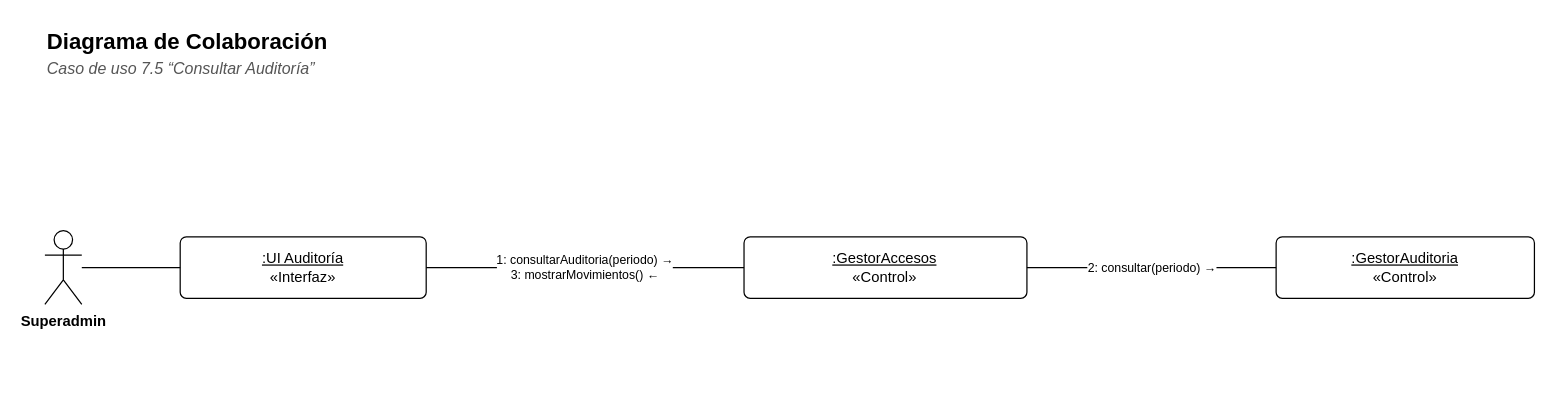
Matiglorioso/kineturnos keeps this draw.io diagram as docs/diagramas/colaboracion-7-5.drawio. Above is the earlier version. Source tidied: cells renumbered, new cells numbered last; positions are measured from the earlier drawing's top-left corner, leaving out a move shared by most shapes. Both pictures are drawn from the tidied source at 123%, with x=0, y=0 at pixel (44, 21).
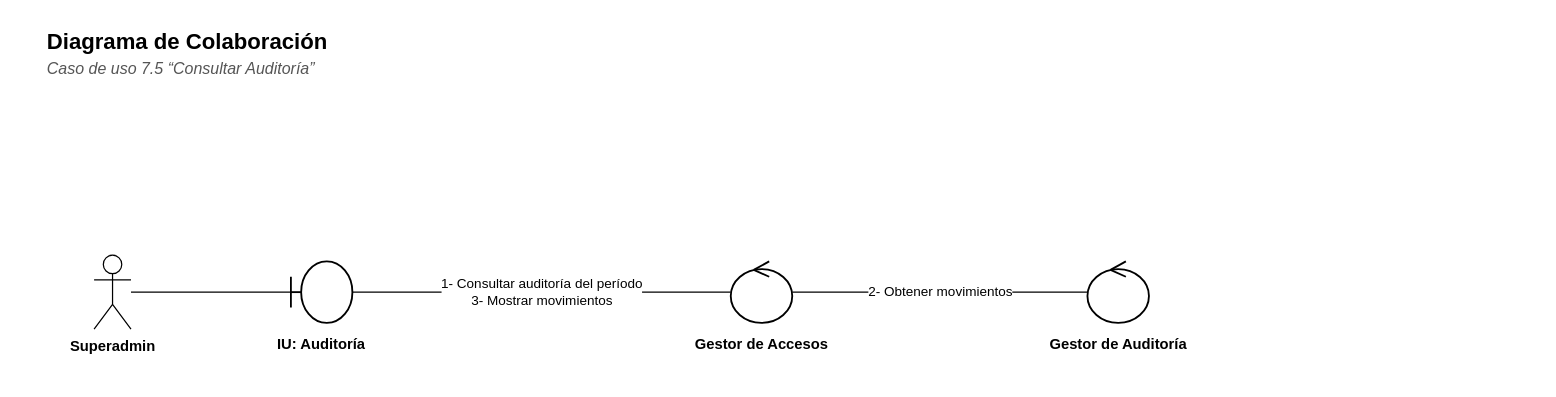
After the change.

What changed in the source:
```diff
@@
 <mxGraphModel background="#FFFFFF">
   <root>
     <mxCell id="0" />
     <mxCell id="1" parent="0" />
     <mxCell id="2" value="&lt;b&gt;Diagrama de Colaboración&lt;/b&gt;" style="text;html=1;strokeColor=none;fillColor=none;align=left;verticalAlign=top;whiteSpace=wrap;fontFamily=Helvetica;fontSize=18;" parent="1" vertex="1">
       <mxGeometry width="900" height="26" as="geometry" />
     </mxCell>
     <mxCell id="3" value="&lt;i&gt;Caso de uso 7.5 “Consultar Auditoría”&lt;/i&gt;" style="text;html=1;strokeColor=none;fillColor=none;align=left;verticalAlign=top;whiteSpace=wrap;fontFamily=Helvetica;fontSize=13;fontColor=#555555;" parent="1" vertex="1">
       <mxGeometry y="24" width="900" height="20" as="geometry" />
     </mxCell>
     <mxCell id="4" value="Superadmin" style="shape=umlActor;verticalLabelPosition=bottom;verticalAlign=top;html=1;outlineConnect=0;fillColor=#FFFFFF;strokeColor=#000000;fontFamily=Helvetica;fontSize=12;fontStyle=1;" parent="1" vertex="1">
-      <mxGeometry y="170" width="30" height="60" as="geometry" />
+      <mxGeometry x="40" y="190" width="30" height="60" as="geometry" />
     </mxCell>
-    <mxCell id="5" value="&lt;u&gt;:UI Auditoría&lt;/u&gt;&lt;br&gt;«Interfaz»" style="rounded=0;whiteSpace=wrap;html=1;fillColor=#FFFFFF;strokeColor=#000000;fontFamily=Helvetica;fontSize=12;rounded=1;arcSize=10;" parent="1" vertex="1">
-      <mxGeometry x="110" y="175" width="200" height="50" as="geometry" />
+    <mxCell id="5" style="shape=umlBoundary;html=1;fillColor=#FFFFFF;strokeColor=#000000;strokeWidth=1.5;" parent="1" vertex="1">
+      <mxGeometry x="200" y="195" width="50" height="50" as="geometry" />
     </mxCell>
-    <mxCell id="6" value="&lt;u&gt;:GestorAccesos&lt;/u&gt;&lt;br&gt;«Control»" style="rounded=0;whiteSpace=wrap;html=1;fillColor=#FFFFFF;strokeColor=#000000;fontFamily=Helvetica;fontSize=12;rounded=1;arcSize=10;" parent="1" vertex="1">
-      <mxGeometry x="568.4" y="175" width="230" height="50" as="geometry" />
+    <mxCell id="6" value="&lt;b&gt;IU: Auditoría&lt;/b&gt;" style="text;html=1;strokeColor=none;fillColor=none;align=left;verticalAlign=top;whiteSpace=wrap;fontFamily=Helvetica;align=center;fontSize=12;" parent="1" vertex="1">
+      <mxGeometry x="160" y="249" width="130" height="40" as="geometry" />
     </mxCell>
-    <mxCell id="7" value="&lt;u&gt;:GestorAuditoria&lt;/u&gt;&lt;br&gt;«Control»" style="rounded=0;whiteSpace=wrap;html=1;fillColor=#FFFFFF;strokeColor=#000000;fontFamily=Helvetica;fontSize=12;rounded=1;arcSize=10;" parent="1" vertex="1">
-      <mxGeometry x="1001" y="175" width="210" height="50" as="geometry" />
+    <mxCell id="7" style="shape=umlControl;html=1;fillColor=#FFFFFF;strokeColor=#000000;strokeWidth=1.5;" parent="1" vertex="1">
+      <mxGeometry x="557.6" y="195" width="50" height="50" as="geometry" />
     </mxCell>
-    <mxCell id="8" style="edgeStyle=none;html=1;endArrow=none;endFill=0;strokeColor=#000000;fontFamily=Helvetica;fontSize=11;labelBackgroundColor=#FFFFFF;" parent="1" edge="1" source="4" target="5">
-      <mxGeometry relative="1" as="geometry" />
+    <mxCell id="8" value="&lt;b&gt;Gestor de Accesos&lt;/b&gt;" style="text;html=1;strokeColor=none;fillColor=none;align=left;verticalAlign=top;whiteSpace=wrap;fontFamily=Helvetica;align=center;fontSize=12;" parent="1" vertex="1">
+      <mxGeometry x="517.6" y="249" width="130" height="40" as="geometry" />
     </mxCell>
-    <mxCell id="9" value="1: consultarAuditoria(periodo) →&lt;br&gt;3: mostrarMovimientos() ←" style="edgeStyle=none;html=1;endArrow=none;endFill=0;strokeColor=#000000;fontFamily=Helvetica;fontSize=11;labelBackgroundColor=#FFFFFF;fontSize=10;" parent="1" edge="1" source="6" target="5">
-      <mxGeometry relative="1" as="geometry" />
+    <mxCell id="9" style="shape=umlControl;html=1;fillColor=#FFFFFF;strokeColor=#000000;strokeWidth=1.5;" parent="1" vertex="1">
+      <mxGeometry x="847.6" y="195" width="50" height="50" as="geometry" />
     </mxCell>
-    <mxCell id="10" value="2: consultar(periodo) →" style="edgeStyle=none;html=1;endArrow=none;endFill=0;strokeColor=#000000;fontFamily=Helvetica;fontSize=11;labelBackgroundColor=#FFFFFF;fontSize=10;" parent="1" edge="1" source="7" target="6">
-      <mxGeometry relative="1" as="geometry" />
+    <mxCell id="10" value="&lt;b&gt;Gestor de Auditoría&lt;/b&gt;" style="text;html=1;strokeColor=none;fillColor=none;align=left;verticalAlign=top;whiteSpace=wrap;fontFamily=Helvetica;align=center;fontSize=12;" parent="1" vertex="1">
+      <mxGeometry x="807.6" y="249" width="130" height="40" as="geometry" />
     </mxCell>
+    <mxCell id="11" style="edgeStyle=none;html=1;endArrow=none;endFill=0;strokeColor=#000000;fontFamily=Helvetica;fontSize=11;labelBackgroundColor=#FFFFFF;" parent="1" edge="1" source="4" target="5">
+      <mxGeometry relative="1" as="geometry" />
+    </mxCell>
+    <mxCell id="12" value="1- Consultar auditoría del período&lt;br&gt;3- Mostrar movimientos" style="edgeStyle=none;html=1;endArrow=none;endFill=0;strokeColor=#000000;fontFamily=Helvetica;fontSize=11;labelBackgroundColor=#FFFFFF;fontSize=11;exitX=1;exitY=0.5;exitDx=0;exitDy=0;entryX=0;entryY=0.5;entryDx=0;entryDy=0;" parent="1" edge="1" source="5" target="7">
+      <mxGeometry relative="1" as="geometry" />
+    </mxCell>
+    <mxCell id="13" value="2- Obtener movimientos" style="edgeStyle=none;html=1;endArrow=none;endFill=0;strokeColor=#000000;fontFamily=Helvetica;fontSize=11;labelBackgroundColor=#FFFFFF;fontSize=11;exitX=1;exitY=0.5;exitDx=0;exitDy=0;entryX=0;entryY=0.5;entryDx=0;entryDy=0;" parent="1" edge="1" source="7" target="9">
+      <mxGeometry relative="1" as="geometry" />
+    </mxCell>
   </root>
 </mxGraphModel>
```
